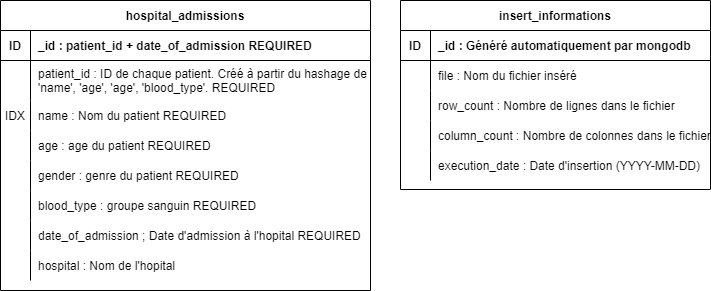
JoaquimDiaz/migration_mongodb keeps this draw.io diagram as img/collections_db_medical.png. Above is the earlier version. Source tidied: cells renumbered, new cells last; positions are measured from the earlier drawing's top-left corner, leaving out a move shared by most shapes. The source it was exported from:
```xml
<mxGraphModel>
  <root>
    <mxCell id="0" />
    <mxCell id="1" parent="0" />
    <mxCell id="2" value="hospital_admissions" style="shape=table;startSize=30;rowLines=0;fontStyle=1;align=center;" parent="1" vertex="1">
      <mxGeometry width="370" height="290" as="geometry" />
    </mxCell>
    <mxCell id="3" style="shape=partialRectangle;fillColor=none;top=0;left=0;right=0;bottom=1;" parent="2" vertex="1">
      <mxGeometry y="30" width="370" height="30" as="geometry" />
    </mxCell>
    <mxCell id="4" value="ID" style="shape=partialRectangle;overflow=hidden;fillColor=none;top=0;left=0;bottom=0;right=0;fontStyle=1;" parent="3" vertex="1">
      <mxGeometry width="30" height="30" as="geometry" />
    </mxCell>
    <mxCell id="5" value="_id : patient_id + date_of_admission REQUIRED" style="shape=partialRectangle;overflow=hidden;fillColor=none;top=0;left=0;bottom=0;right=0;align=left;spacingLeft=6;fontStyle=1;" parent="3" vertex="1">
      <mxGeometry x="30" width="340" height="30" as="geometry" />
    </mxCell>
    <mxCell id="6" style="shape=partialRectangle;fillColor=none;top=0;left=0;right=0;bottom=0;" parent="2" vertex="1">
      <mxGeometry y="60" width="370" height="40" as="geometry" />
    </mxCell>
    <mxCell id="7" style="shape=partialRectangle;overflow=hidden;fillColor=none;top=0;left=0;bottom=0;right=0;" parent="6" vertex="1">
      <mxGeometry width="30" height="40" as="geometry" />
    </mxCell>
    <mxCell id="8" value="patient_id : ID de chaque patient. Créé à partir du hashage de&#10;'name', 'age', 'age', 'blood_type'. REQUIRED" style="shape=partialRectangle;overflow=hidden;fillColor=none;top=0;left=0;bottom=0;right=0;align=left;spacingLeft=6;" parent="6" vertex="1">
      <mxGeometry x="30" width="340" height="40" as="geometry" />
    </mxCell>
    <mxCell id="9" style="shape=partialRectangle;fillColor=none;top=0;left=0;right=0;bottom=0;" parent="2" vertex="1">
      <mxGeometry y="100" width="370" height="30" as="geometry" />
    </mxCell>
    <mxCell id="10" value="IDX" style="shape=partialRectangle;overflow=hidden;fillColor=none;top=0;left=0;bottom=0;right=0;" parent="9" vertex="1">
      <mxGeometry width="30" height="30" as="geometry" />
    </mxCell>
    <mxCell id="11" value="name : Nom du patient REQUIRED" style="shape=partialRectangle;overflow=hidden;fillColor=none;top=0;left=0;bottom=0;right=0;align=left;spacingLeft=6;" parent="9" vertex="1">
      <mxGeometry x="30" width="340" height="30" as="geometry" />
    </mxCell>
    <mxCell id="12" style="shape=partialRectangle;fillColor=none;top=0;left=0;right=0;bottom=0;" parent="2" vertex="1">
      <mxGeometry y="130" width="370" height="30" as="geometry" />
    </mxCell>
    <mxCell id="13" style="shape=partialRectangle;overflow=hidden;fillColor=none;top=0;left=0;bottom=0;right=0;" parent="12" vertex="1">
      <mxGeometry width="30" height="30" as="geometry" />
    </mxCell>
    <mxCell id="14" value="age : age du patient REQUIRED" style="shape=partialRectangle;overflow=hidden;fillColor=none;top=0;left=0;bottom=0;right=0;align=left;spacingLeft=6;" parent="12" vertex="1">
      <mxGeometry x="30" width="340" height="30" as="geometry" />
    </mxCell>
    <mxCell id="15" style="shape=partialRectangle;fillColor=none;top=0;left=0;right=0;bottom=0;" parent="2" vertex="1">
      <mxGeometry y="160" width="370" height="30" as="geometry" />
    </mxCell>
    <mxCell id="16" style="shape=partialRectangle;overflow=hidden;fillColor=none;top=0;left=0;bottom=0;right=0;" parent="15" vertex="1">
      <mxGeometry width="30" height="30" as="geometry" />
    </mxCell>
    <mxCell id="17" value="gender : genre du patient REQUIRED" style="shape=partialRectangle;overflow=hidden;fillColor=none;top=0;left=0;bottom=0;right=0;align=left;spacingLeft=6;" parent="15" vertex="1">
      <mxGeometry x="30" width="340" height="30" as="geometry" />
    </mxCell>
    <mxCell id="18" style="shape=partialRectangle;fillColor=none;top=0;left=0;right=0;bottom=0;" parent="2" vertex="1">
      <mxGeometry y="190" width="370" height="30" as="geometry" />
    </mxCell>
    <mxCell id="19" style="shape=partialRectangle;overflow=hidden;fillColor=none;top=0;left=0;bottom=0;right=0;" parent="18" vertex="1">
      <mxGeometry width="30" height="30" as="geometry" />
    </mxCell>
    <mxCell id="20" value="blood_type : groupe sanguin REQUIRED" style="shape=partialRectangle;overflow=hidden;fillColor=none;top=0;left=0;bottom=0;right=0;align=left;spacingLeft=6;" parent="18" vertex="1">
      <mxGeometry x="30" width="340" height="30" as="geometry" />
    </mxCell>
    <mxCell id="21" style="shape=partialRectangle;fillColor=none;top=0;left=0;right=0;bottom=0;" parent="2" vertex="1">
      <mxGeometry y="220" width="370" height="30" as="geometry" />
    </mxCell>
    <mxCell id="22" style="shape=partialRectangle;overflow=hidden;fillColor=none;top=0;left=0;bottom=0;right=0;" parent="21" vertex="1">
      <mxGeometry width="30" height="30" as="geometry" />
    </mxCell>
    <mxCell id="23" value="date_of_admission ; Date d'admission à l'hopital REQUIRED" style="shape=partialRectangle;overflow=hidden;fillColor=none;top=0;left=0;bottom=0;right=0;align=left;spacingLeft=6;" parent="21" vertex="1">
      <mxGeometry x="30" width="340" height="30" as="geometry" />
    </mxCell>
    <mxCell id="24" style="shape=partialRectangle;fillColor=none;top=0;left=0;right=0;bottom=0;" parent="2" vertex="1">
      <mxGeometry y="250" width="370" height="30" as="geometry" />
    </mxCell>
    <mxCell id="25" style="shape=partialRectangle;overflow=hidden;fillColor=none;top=0;left=0;bottom=0;right=0;" parent="24" vertex="1">
      <mxGeometry width="30" height="30" as="geometry" />
    </mxCell>
    <mxCell id="26" value="hospital : Nom de l'hopital" style="shape=partialRectangle;overflow=hidden;fillColor=none;top=0;left=0;bottom=0;right=0;align=left;spacingLeft=6;" parent="24" vertex="1">
      <mxGeometry x="30" width="340" height="30" as="geometry" />
    </mxCell>
    <mxCell id="27" value="insert_informations" style="shape=table;startSize=30;rowLines=0;fontStyle=1;align=center;" parent="1" vertex="1">
      <mxGeometry x="400" width="310" height="189" as="geometry" />
    </mxCell>
    <mxCell id="28" style="shape=partialRectangle;fillColor=none;top=0;left=0;right=0;bottom=1;" parent="27" vertex="1">
      <mxGeometry y="30" width="310" height="30" as="geometry" />
    </mxCell>
    <mxCell id="29" value="ID" style="shape=partialRectangle;overflow=hidden;fillColor=none;top=0;left=0;bottom=0;right=0;fontStyle=1;" parent="28" vertex="1">
      <mxGeometry width="30" height="30" as="geometry" />
    </mxCell>
    <mxCell id="30" value="_id : Généré automatiquement par mongodb" style="shape=partialRectangle;overflow=hidden;fillColor=none;top=0;left=0;bottom=0;right=0;align=left;spacingLeft=6;fontStyle=1;" parent="28" vertex="1">
      <mxGeometry x="30" width="280" height="30" as="geometry" />
    </mxCell>
    <mxCell id="31" style="shape=partialRectangle;fillColor=none;top=0;left=0;right=0;bottom=0;" parent="27" vertex="1">
      <mxGeometry y="60" width="310" height="30" as="geometry" />
    </mxCell>
    <mxCell id="32" style="shape=partialRectangle;overflow=hidden;fillColor=none;top=0;left=0;bottom=0;right=0;" parent="31" vertex="1">
      <mxGeometry width="30" height="30" as="geometry" />
    </mxCell>
    <mxCell id="33" value="file : Nom du fichier inséré" style="shape=partialRectangle;overflow=hidden;fillColor=none;top=0;left=0;bottom=0;right=0;align=left;spacingLeft=6;" parent="31" vertex="1">
      <mxGeometry x="30" width="280" height="30" as="geometry" />
    </mxCell>
    <mxCell id="34" style="shape=partialRectangle;fillColor=none;top=0;left=0;right=0;bottom=0;" parent="27" vertex="1">
      <mxGeometry y="90" width="310" height="30" as="geometry" />
    </mxCell>
    <mxCell id="35" style="shape=partialRectangle;overflow=hidden;fillColor=none;top=0;left=0;bottom=0;right=0;" parent="34" vertex="1">
      <mxGeometry width="30" height="30" as="geometry" />
    </mxCell>
    <mxCell id="36" value="row_count : Nombre de lignes dans le fichier" style="shape=partialRectangle;overflow=hidden;fillColor=none;top=0;left=0;bottom=0;right=0;align=left;spacingLeft=6;" parent="34" vertex="1">
      <mxGeometry x="30" width="280" height="30" as="geometry" />
    </mxCell>
    <mxCell id="37" style="shape=partialRectangle;fillColor=none;top=0;left=0;right=0;bottom=0;" parent="27" vertex="1">
      <mxGeometry y="120" width="310" height="30" as="geometry" />
    </mxCell>
    <mxCell id="38" style="shape=partialRectangle;overflow=hidden;fillColor=none;top=0;left=0;bottom=0;right=0;" parent="37" vertex="1">
      <mxGeometry width="30" height="30" as="geometry" />
    </mxCell>
    <mxCell id="39" value="column_count : Nombre de colonnes dans le fichier" style="shape=partialRectangle;overflow=hidden;fillColor=none;top=0;left=0;bottom=0;right=0;align=left;spacingLeft=6;" parent="37" vertex="1">
      <mxGeometry x="30" width="280" height="30" as="geometry" />
    </mxCell>
    <mxCell id="40" style="shape=partialRectangle;fillColor=none;top=0;left=0;right=0;bottom=0;" parent="27" vertex="1">
      <mxGeometry y="150" width="310" height="30" as="geometry" />
    </mxCell>
    <mxCell id="41" style="shape=partialRectangle;overflow=hidden;fillColor=none;top=0;left=0;bottom=0;right=0;" parent="40" vertex="1">
      <mxGeometry width="30" height="30" as="geometry" />
    </mxCell>
    <mxCell id="42" value="execution_date : Date d'insertion (YYYY-MM-DD)" style="shape=partialRectangle;overflow=hidden;fillColor=none;top=0;left=0;bottom=0;right=0;align=left;spacingLeft=6;" parent="40" vertex="1">
      <mxGeometry x="30" width="280" height="30" as="geometry" />
    </mxCell>
    <mxCell id="43" style="shape=partialRectangle;fillColor=none;top=0;left=0;right=0;bottom=0;" parent="1" vertex="1">
      <mxGeometry x="390" y="200" width="310" height="30" as="geometry" />
    </mxCell>
    <mxCell id="44" style="shape=partialRectangle;overflow=hidden;fillColor=none;top=0;left=0;bottom=0;right=0;" parent="43" vertex="1">
      <mxGeometry width="30" height="30" as="geometry" />
    </mxCell>
    <mxCell id="45" style="shape=partialRectangle;overflow=hidden;fillColor=none;top=0;left=0;bottom=0;right=0;align=left;spacingLeft=6;" parent="43" vertex="1">
      <mxGeometry x="30" width="280" height="30" as="geometry" />
    </mxCell>
  </root>
</mxGraphModel>
```
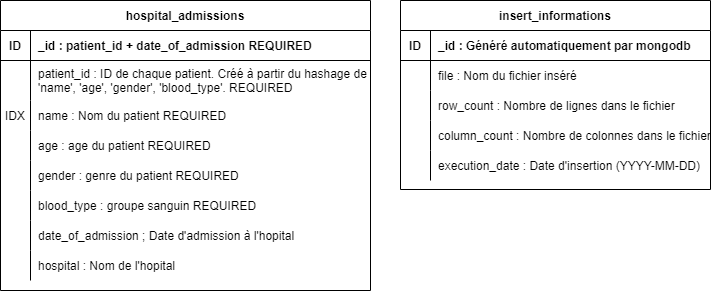
Above is the later version.

Commit message:
[UPD] Correction typo

What changed in the source:
```diff
@@ -20,7 +20,7 @@
     <mxCell id="7" style="shape=partialRectangle;overflow=hidden;fillColor=none;top=0;left=0;bottom=0;right=0;" parent="6" vertex="1">
       <mxGeometry width="30" height="40" as="geometry" />
     </mxCell>
-    <mxCell id="8" value="patient_id : ID de chaque patient. Créé à partir du hashage de&#10;'name', 'age', 'age', 'blood_type'. REQUIRED" style="shape=partialRectangle;overflow=hidden;fillColor=none;top=0;left=0;bottom=0;right=0;align=left;spacingLeft=6;" parent="6" vertex="1">
+    <mxCell id="8" value="patient_id : ID de chaque patient. Créé à partir du hashage de&#10;'name', 'age', 'gender', 'blood_type'. REQUIRED" style="shape=partialRectangle;overflow=hidden;fillColor=none;top=0;left=0;bottom=0;right=0;align=left;spacingLeft=6;" parent="6" vertex="1">
       <mxGeometry x="30" width="340" height="40" as="geometry" />
     </mxCell>
     <mxCell id="9" style="shape=partialRectangle;fillColor=none;top=0;left=0;right=0;bottom=0;" parent="2" vertex="1">
@@ -65,7 +65,7 @@
     <mxCell id="22" style="shape=partialRectangle;overflow=hidden;fillColor=none;top=0;left=0;bottom=0;right=0;" parent="21" vertex="1">
       <mxGeometry width="30" height="30" as="geometry" />
     </mxCell>
-    <mxCell id="23" value="date_of_admission ; Date d'admission à l'hopital REQUIRED" style="shape=partialRectangle;overflow=hidden;fillColor=none;top=0;left=0;bottom=0;right=0;align=left;spacingLeft=6;" parent="21" vertex="1">
+    <mxCell id="23" value="date_of_admission ; Date d'admission à l'hopital" style="shape=partialRectangle;overflow=hidden;fillColor=none;top=0;left=0;bottom=0;right=0;align=left;spacingLeft=6;" parent="21" vertex="1">
       <mxGeometry x="30" width="340" height="30" as="geometry" />
     </mxCell>
     <mxCell id="24" style="shape=partialRectangle;fillColor=none;top=0;left=0;right=0;bottom=0;" parent="2" vertex="1">
```
